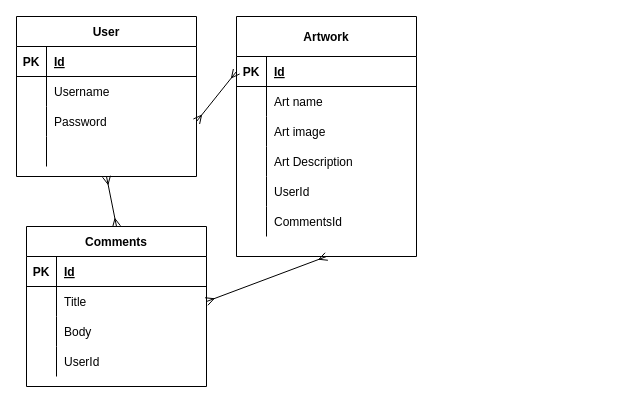
Before: ERD.drawio in Agrate0718/Art-api, a draw.io diagram. Source tidied: cells renumbered, new cells numbered last; positions are measured from the earlier drawing's top-left corner, leaving out a move shared by most shapes. Both pictures are drawn from the tidied source at 100%, with x=0, y=0 at pixel (16, 16).
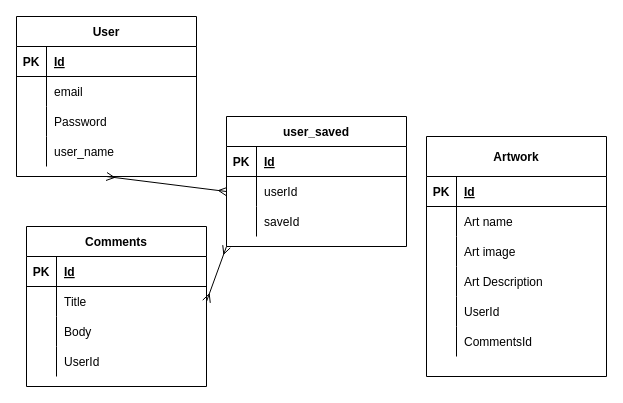
The same diagram, later.

Unchanged cells that the change refers to:
```xml
<mxCell id="2" value="User" style="shape=table;startSize=30;childLayout=tableLayout;rowLines=0;fontStyle=1;align=center;" parent="1" vertex="1">
  <mxGeometry width="180" height="160" as="geometry" />
</mxCell>
<mxCell id="6" style="shape=partialRectangle;fillColor=none;top=0;left=0;bottom=0;right=0;" parent="2" vertex="1">
  <mxGeometry y="60" width="180" height="30" as="geometry" />
</mxCell>
<mxCell id="9" style="shape=partialRectangle;fillColor=none;top=0;left=0;bottom=0;right=0;points=[[0,0.5],[1,0.5]];portConstraint=eastwest;" parent="2" vertex="1">
  <mxGeometry y="90" width="180" height="30" as="geometry" />
</mxCell>
<mxCell id="12" style="shape=partialRectangle;fillColor=none;top=0;left=0;bottom=0;right=0;" parent="2" vertex="1">
  <mxGeometry y="120" width="180" height="30" as="geometry" />
</mxCell>
<mxCell id="17" style="shape=partialRectangle;fillColor=none;top=0;left=0;bottom=1;right=0;points=[[0,0.5],[1,0.5]];portConstraint=eastwest;" parent="16" vertex="1">
  <mxGeometry y="40" width="180" height="30" as="geometry" />
</mxCell>
<mxCell id="37" value="Comments" style="shape=table;startSize=30;childLayout=tableLayout;rowLines=0;fontStyle=1;align=center;" parent="1" vertex="1">
  <mxGeometry x="10" y="210" width="180" height="160" as="geometry" />
</mxCell>
<mxCell id="41" style="shape=partialRectangle;fillColor=none;top=0;left=0;bottom=0;right=0;points=[[0,0.5],[1,0.5]];portConstraint=eastwest;" parent="37" vertex="1">
  <mxGeometry y="60" width="180" height="30" as="geometry" />
</mxCell>
```

The edit, as a diff of the source:
```diff
@@
-    <mxCell id="8" value="Username" style="shape=partialRectangle;fillColor=none;top=0;left=0;bottom=0;right=0;align=left;spacingLeft=6;overflow=hidden;" parent="6" vertex="1">
+    <mxCell id="8" value="email" style="shape=partialRectangle;fillColor=none;top=0;left=0;bottom=0;right=0;align=left;spacingLeft=6;overflow=hidden;" parent="6" vertex="1">
       <mxGeometry x="30" width="150" height="30" as="geometry" />
     </mxCell>
@@
-    <mxCell id="14" style="shape=partialRectangle;fillColor=none;top=0;left=0;bottom=0;right=0;align=left;spacingLeft=6;overflow=hidden;" parent="12" vertex="1">
+    <mxCell id="14" value="user_name" style="shape=partialRectangle;fillColor=none;top=0;left=0;bottom=0;right=0;align=left;spacingLeft=6;overflow=hidden;" parent="12" vertex="1">
       <mxGeometry x="30" width="150" height="30" as="geometry" />
     </mxCell>
-    <mxCell id="15" style="edgeStyle=none;html=1;exitX=0.5;exitY=1;exitDx=0;exitDy=0;" parent="1" edge="1" source="16">
-      <mxGeometry relative="1" as="geometry">
-        <mxPoint x="310" y="240" as="targetPoint" />
-      </mxGeometry>
-    </mxCell>
     <mxCell id="16" value="Artwork" style="shape=table;startSize=40;childLayout=tableLayout;rowLines=0;fontStyle=1;align=center;" parent="1" vertex="1">
-      <mxGeometry x="220" width="180" height="240" as="geometry" />
+      <mxGeometry x="410" y="120" width="180" height="240" as="geometry" />
     </mxCell>
@@
-    <mxCell id="35" style="edgeStyle=none;html=1;exitX=1;exitY=0.5;exitDx=0;exitDy=0;endArrow=ERmany;endFill=0;startArrow=ERmany;startFill=0;entryX=0;entryY=0.5;entryDx=0;entryDy=0;" parent="1" edge="1" source="9" target="17">
-      <mxGeometry relative="1" as="geometry" />
-    </mxCell>
-    <mxCell id="36" style="edgeStyle=none;html=1;exitX=0.5;exitY=0;exitDx=0;exitDy=0;entryX=0.5;entryY=1;entryDx=0;entryDy=0;endArrow=ERmany;endFill=0;startArrow=ERmany;startFill=0;" parent="1" edge="1" source="37" target="2">
+    <mxCell id="36" style="edgeStyle=none;html=1;exitX=0;exitY=0.5;exitDx=0;exitDy=0;entryX=0.5;entryY=1;entryDx=0;entryDy=0;endArrow=ERmany;endFill=0;startArrow=ERmany;startFill=0;" parent="1" edge="1" source="55" target="2">
       <mxGeometry relative="1" as="geometry" />
     </mxCell>
@@
-    <mxCell id="50" style="edgeStyle=none;html=1;exitX=1;exitY=0.5;exitDx=0;exitDy=0;entryX=0.5;entryY=1;entryDx=0;entryDy=0;endArrow=ERmany;endFill=0;startArrow=ERmany;startFill=0;" parent="1" edge="1" source="41" target="16">
+    <mxCell id="50" style="edgeStyle=none;html=1;exitX=1;exitY=0.5;exitDx=0;exitDy=0;entryX=0;entryY=1;entryDx=0;entryDy=0;endArrow=ERmany;endFill=0;startArrow=ERmany;startFill=0;" parent="1" edge="1" source="41" target="51">
       <mxGeometry relative="1" as="geometry" />
     </mxCell>
+    <mxCell id="51" value="user_saved" style="shape=table;startSize=30;childLayout=tableLayout;rowLines=0;fontStyle=1;align=center;" parent="1" vertex="1">
+      <mxGeometry x="210" y="100" width="180" height="130" as="geometry" />
+    </mxCell>
+    <mxCell id="52" style="shape=partialRectangle;fillColor=none;top=0;left=0;bottom=1;right=0;" parent="51" vertex="1">
+      <mxGeometry y="30" width="180" height="30" as="geometry" />
+    </mxCell>
+    <mxCell id="53" value="PK" style="shape=partialRectangle;fillColor=none;top=0;left=0;bottom=0;right=0;fontStyle=1;overflow=hidden;" parent="52" vertex="1">
+      <mxGeometry width="30" height="30" as="geometry" />
+    </mxCell>
+    <mxCell id="54" value="Id" style="shape=partialRectangle;fillColor=none;top=0;left=0;bottom=0;right=0;align=left;spacingLeft=6;fontStyle=5;overflow=hidden;" parent="52" vertex="1">
+      <mxGeometry x="30" width="150" height="30" as="geometry" />
+    </mxCell>
+    <mxCell id="55" style="shape=partialRectangle;fillColor=none;top=0;left=0;bottom=0;right=0;points=[[0,0.5],[1,0.5]];portConstraint=eastwest;" parent="51" vertex="1">
+      <mxGeometry y="60" width="180" height="30" as="geometry" />
+    </mxCell>
+    <mxCell id="56" style="shape=partialRectangle;fillColor=none;top=0;left=0;bottom=0;right=0;overflow=hidden;" parent="55" vertex="1">
+      <mxGeometry width="30" height="30" as="geometry" />
+    </mxCell>
+    <mxCell id="57" value="userId" style="shape=partialRectangle;fillColor=none;top=0;left=0;bottom=0;right=0;align=left;spacingLeft=6;overflow=hidden;" parent="55" vertex="1">
+      <mxGeometry x="30" width="150" height="30" as="geometry" />
+    </mxCell>
+    <mxCell id="58" style="shape=partialRectangle;fillColor=none;top=0;left=0;bottom=0;right=0;" parent="51" vertex="1">
+      <mxGeometry y="90" width="180" height="30" as="geometry" />
+    </mxCell>
+    <mxCell id="59" style="shape=partialRectangle;fillColor=none;top=0;left=0;bottom=0;right=0;overflow=hidden;" parent="58" vertex="1">
+      <mxGeometry width="30" height="30" as="geometry" />
+    </mxCell>
+    <mxCell id="60" value="saveId" style="shape=partialRectangle;fillColor=none;top=0;left=0;bottom=0;right=0;align=left;spacingLeft=6;overflow=hidden;" parent="58" vertex="1">
+      <mxGeometry x="30" width="150" height="30" as="geometry" />
+    </mxCell>
```
